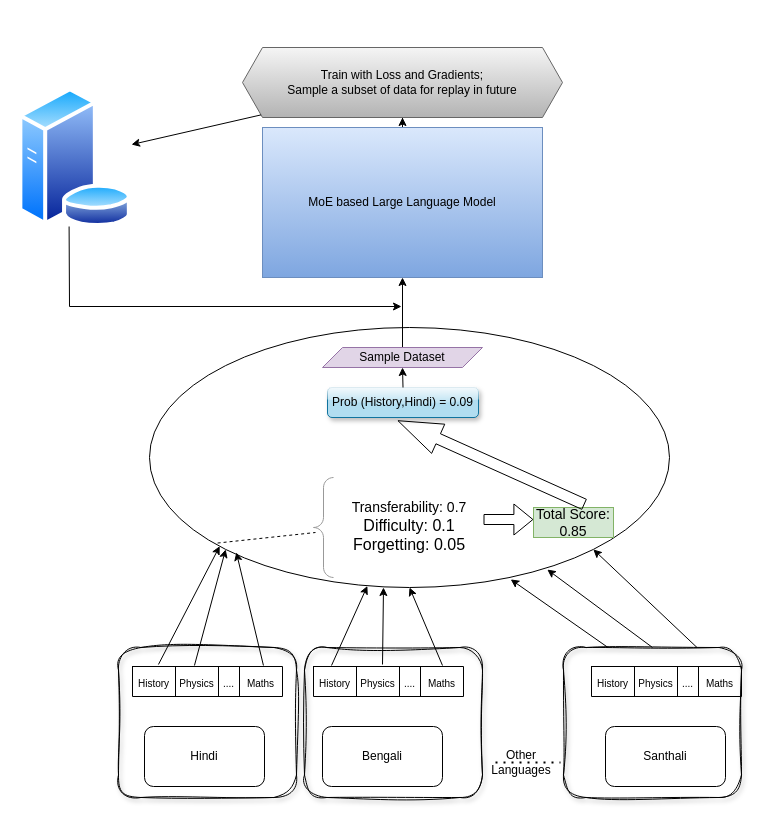
Above: continual_proposal.drawio in babangain/drawio (draw.io), before the change. Source tidied: cells renumbered, new cells numbered last; positions are measured from the earlier drawing's top-left corner, leaving out a move shared by most shapes. Both pictures are drawn from the tidied source at 100%, with x=0, y=0 at pixel (17, 47).
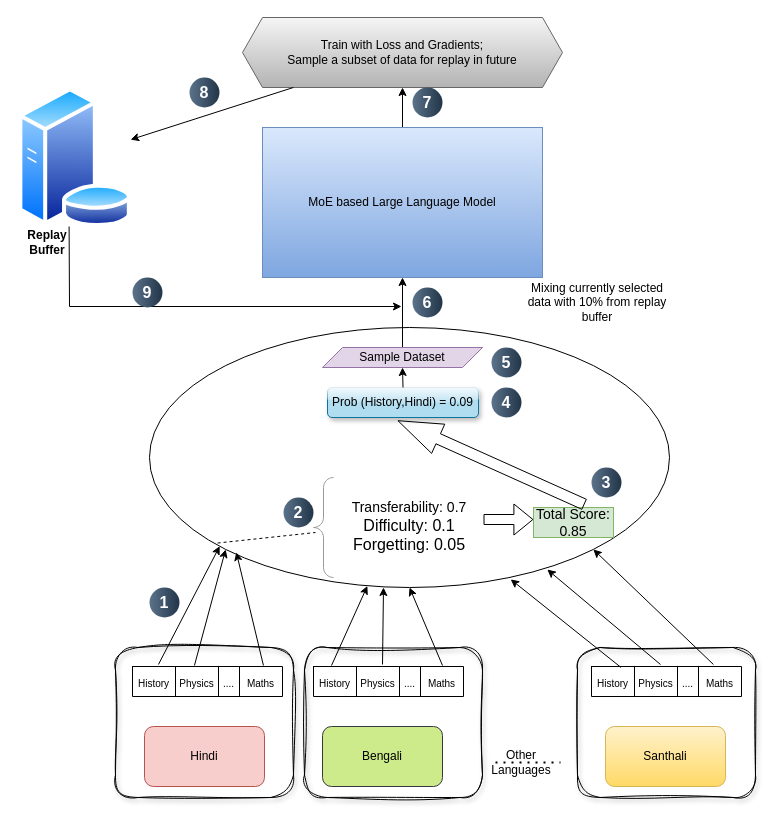
After the change.

The change refers to these unchanged cells:
```xml
<mxCell id="18" style="shape=tableRow;horizontal=0;startSize=0;swimlaneHead=0;swimlaneBody=0;strokeColor=inherit;top=0;left=0;bottom=0;right=0;fillColor=none;points=[[0,0.5],[1,0.5]];portConstraint=eastwest;fontSize=16;" parent="17" vertex="1">
  <mxGeometry width="150" height="30" as="geometry" />
</mxCell>
<mxCell id="25" value="&lt;div&gt;&lt;br&gt;&lt;/div&gt;&lt;div&gt;&lt;br&gt;&lt;/div&gt;&lt;div&gt;&lt;br&gt;&lt;/div&gt;&lt;div&gt;&lt;br&gt;&lt;/div&gt;&lt;div&gt;&lt;br&gt;&lt;/div&gt;&lt;div&gt;&lt;font style=&quot;font-size: 14px;&quot;&gt;&lt;br&gt;&lt;/font&gt;&lt;/div&gt;&lt;div&gt;&lt;font style=&quot;font-size: 14px;&quot;&gt;&lt;br&gt;&lt;/font&gt;&lt;/div&gt;&lt;div&gt;&lt;font style=&quot;font-size: 14px;&quot;&gt;&lt;br&gt;&lt;/font&gt;&lt;/div&gt;&lt;div&gt;&lt;font style=&quot;font-size: 14px;&quot;&gt;&amp;nbsp;&lt;/font&gt;&lt;/div&gt;&lt;div align=&quot;center&quot;&gt;&lt;font style=&quot;font-size: 14px;&quot;&gt;Transferability: 0.7&lt;/font&gt;&lt;/div&gt;&lt;div align=&quot;center&quot;&gt;&lt;font size=&quot;3&quot;&gt;Difficulty: 0.1&lt;/font&gt;&lt;/div&gt;&lt;div align=&quot;center&quot;&gt;&lt;font size=&quot;3&quot;&gt;Forgetting: 0.05&lt;/font&gt;&lt;/div&gt;" style="ellipse;whiteSpace=wrap;html=1;" parent="1" vertex="1">
  <mxGeometry x="132" y="280" width="520" height="260" as="geometry" />
</mxCell>
```

Change to the diagram source:
```diff
@@
-    <mxCell id="2" value="Hindi" style="rounded=1;whiteSpace=wrap;html=1;" parent="1" vertex="1">
+    <mxCell id="2" value="Hindi" style="rounded=1;whiteSpace=wrap;html=1;fillColor=#f8cecc;strokeColor=#b85450;" parent="1" vertex="1">
       <mxGeometry x="127" y="679" width="120" height="60" as="geometry" />
     </mxCell>
-    <mxCell id="3" value="Bengali" style="rounded=1;whiteSpace=wrap;html=1;" parent="1" vertex="1">
+    <mxCell id="3" value="Bengali" style="rounded=1;whiteSpace=wrap;html=1;fillColor=#cdeb8b;strokeColor=#36393d;" parent="1" vertex="1">
       <mxGeometry x="305" y="679" width="120" height="60" as="geometry" />
     </mxCell>
-    <mxCell id="4" value="Santhali" style="rounded=1;whiteSpace=wrap;html=1;" parent="1" vertex="1">
+    <mxCell id="4" value="Santhali" style="rounded=1;whiteSpace=wrap;html=1;fillColor=#fff2cc;gradientColor=#ffd966;strokeColor=#d6b656;" parent="1" vertex="1">
       <mxGeometry x="588" y="679" width="120" height="60" as="geometry" />
     </mxCell>
@@
-    <mxCell id="32" style="endArrow=classic;html=1;rounded=0;exitX=0.25;exitY=0;exitDx=0;exitDy=0;entryX=0.687;entryY=0.976;entryDx=0;entryDy=0;entryPerimeter=0;" parent="1" edge="1" source="52">
+    <mxCell id="32" style="endArrow=classic;html=1;rounded=0;exitX=0.197;exitY=0.033;exitDx=0;exitDy=0;entryX=0.687;entryY=0.976;entryDx=0;entryDy=0;entryPerimeter=0;exitPerimeter=0;" parent="1" edge="1" source="18">
       <mxGeometry relative="1" as="geometry">
         <mxPoint x="493.2" y="531.9" as="targetPoint" />
       </mxGeometry>
     </mxCell>
-    <mxCell id="33" style="endArrow=classic;html=1;rounded=0;exitX=0.5;exitY=0;exitDx=0;exitDy=0;entryX=0.765;entryY=0.931;entryDx=0;entryDy=0;entryPerimeter=0;" parent="1" edge="1" source="52" target="25">
+    <mxCell id="33" style="endArrow=classic;html=1;rounded=0;exitX=0.46;exitY=-0.067;exitDx=0;exitDy=0;entryX=0.765;entryY=0.931;entryDx=0;entryDy=0;entryPerimeter=0;exitPerimeter=0;" parent="1" edge="1" source="18" target="25">
       <mxGeometry relative="1" as="geometry" />
     </mxCell>
-    <mxCell id="34" style="endArrow=classic;html=1;rounded=0;exitX=0.75;exitY=0;exitDx=0;exitDy=0;entryX=1;entryY=1;entryDx=0;entryDy=0;" parent="1" edge="1" source="52" target="25">
+    <mxCell id="34" style="endArrow=classic;html=1;rounded=0;exitX=0.813;exitY=-0.067;exitDx=0;exitDy=0;entryX=1;entryY=1;entryDx=0;entryDy=0;exitPerimeter=0;" parent="1" edge="1" source="18" target="25">
       <mxGeometry relative="1" as="geometry" />
     </mxCell>
@@
     <mxCell id="46" value="&lt;div&gt;Train with Loss and Gradients;&lt;br&gt;Sample a subset of data for replay in future&lt;/div&gt;" style="shape=hexagon;perimeter=hexagonPerimeter2;whiteSpace=wrap;html=1;fixedSize=1;fillColor=#f5f5f5;gradientColor=#b3b3b3;strokeColor=#666666;" parent="1" vertex="1">
-      <mxGeometry x="225" width="320" height="70" as="geometry" />
+      <mxGeometry x="225" y="-30" width="320" height="70" as="geometry" />
     </mxCell>
@@
     <mxCell id="50" style="rounded=1;whiteSpace=wrap;html=1;fillColor=none;fillStyle=zigzag-line;sketch=1;curveFitting=1;jiggle=2;shadow=1;glass=1;" parent="1" vertex="1">
-      <mxGeometry x="101" y="600" width="178" height="150" as="geometry" />
+      <mxGeometry x="98" y="600" width="178" height="150" as="geometry" />
     </mxCell>
@@
-    <mxCell id="52" style="rounded=1;whiteSpace=wrap;html=1;fillColor=none;fillStyle=zigzag-line;sketch=1;curveFitting=1;jiggle=2;shadow=1;glass=1;" parent="1" vertex="1">
-      <mxGeometry x="546" y="600" width="178" height="150" as="geometry" />
-    </mxCell>
+    <mxCell id="53" value="1" style="ellipse;whiteSpace=wrap;html=1;rotation=0;gradientColor=#223548;strokeColor=none;gradientDirection=east;fillColor=#5b738b;rounded=0;fontFamily=Helvetica;fontSize=16;fontColor=#FFFFFF;spacingTop=4;spacingBottom=4;spacingLeft=4;spacingRight=4;fontStyle=1;" parent="1" vertex="1">
+      <mxGeometry x="132" y="540" width="30" height="30" as="geometry" />
+    </mxCell>
+    <mxCell id="54" value="2" style="ellipse;whiteSpace=wrap;html=1;rotation=0;gradientColor=#223548;strokeColor=none;gradientDirection=east;fillColor=#5b738b;rounded=0;fontFamily=Helvetica;fontSize=16;fontColor=#FFFFFF;spacingTop=4;spacingBottom=4;spacingLeft=4;spacingRight=4;fontStyle=1;" parent="1" vertex="1">
+      <mxGeometry x="266" y="450" width="30" height="30" as="geometry" />
+    </mxCell>
+    <mxCell id="55" value="3" style="ellipse;whiteSpace=wrap;html=1;rotation=0;gradientColor=#223548;strokeColor=none;gradientDirection=east;fillColor=#5b738b;rounded=0;fontFamily=Helvetica;fontSize=16;fontColor=#FFFFFF;spacingTop=4;spacingBottom=4;spacingLeft=4;spacingRight=4;fontStyle=1;" parent="1" vertex="1">
+      <mxGeometry x="574" y="420" width="30" height="30" as="geometry" />
+    </mxCell>
+    <mxCell id="56" value="4" style="ellipse;whiteSpace=wrap;html=1;rotation=0;gradientColor=#223548;strokeColor=none;gradientDirection=east;fillColor=#5b738b;rounded=0;fontFamily=Helvetica;fontSize=16;fontColor=#FFFFFF;spacingTop=4;spacingBottom=4;spacingLeft=4;spacingRight=4;fontStyle=1;" parent="1" vertex="1">
+      <mxGeometry x="474" y="340" width="30" height="30" as="geometry" />
+    </mxCell>
+    <mxCell id="57" value="5" style="ellipse;whiteSpace=wrap;html=1;rotation=0;gradientColor=#223548;strokeColor=none;gradientDirection=east;fillColor=#5b738b;rounded=0;fontFamily=Helvetica;fontSize=16;fontColor=#FFFFFF;spacingTop=4;spacingBottom=4;spacingLeft=4;spacingRight=4;fontStyle=1;" parent="1" vertex="1">
+      <mxGeometry x="474" y="300" width="30" height="30" as="geometry" />
+    </mxCell>
+    <mxCell id="58" value="6" style="ellipse;whiteSpace=wrap;html=1;rotation=0;gradientColor=#223548;strokeColor=none;gradientDirection=east;fillColor=#5b738b;rounded=0;fontFamily=Helvetica;fontSize=16;fontColor=#FFFFFF;spacingTop=4;spacingBottom=4;spacingLeft=4;spacingRight=4;fontStyle=1;" parent="1" vertex="1">
+      <mxGeometry x="395" y="240" width="30" height="30" as="geometry" />
+    </mxCell>
+    <mxCell id="59" value="Mixing currently selected data with 10% from replay buffer" style="text;html=1;align=center;verticalAlign=middle;whiteSpace=wrap;rounded=0;" parent="1" vertex="1">
+      <mxGeometry x="500" y="240" width="160" height="30" as="geometry" />
+    </mxCell>
+    <mxCell id="60" value="7" style="ellipse;whiteSpace=wrap;html=1;rotation=0;gradientColor=#223548;strokeColor=none;gradientDirection=east;fillColor=#5b738b;rounded=0;fontFamily=Helvetica;fontSize=16;fontColor=#FFFFFF;spacingTop=4;spacingBottom=4;spacingLeft=4;spacingRight=4;fontStyle=1;" parent="1" vertex="1">
+      <mxGeometry x="395" y="40" width="30" height="30" as="geometry" />
+    </mxCell>
+    <mxCell id="61" value="8" style="ellipse;whiteSpace=wrap;html=1;rotation=0;gradientColor=#223548;strokeColor=none;gradientDirection=east;fillColor=#5b738b;rounded=0;fontFamily=Helvetica;fontSize=16;fontColor=#FFFFFF;spacingTop=4;spacingBottom=4;spacingLeft=4;spacingRight=4;fontStyle=1;" parent="1" vertex="1">
+      <mxGeometry x="172" y="30" width="30" height="30" as="geometry" />
+    </mxCell>
+    <mxCell id="62" value="9" style="ellipse;whiteSpace=wrap;html=1;rotation=0;gradientColor=#223548;strokeColor=none;gradientDirection=east;fillColor=#5b738b;rounded=0;fontFamily=Helvetica;fontSize=16;fontColor=#FFFFFF;spacingTop=4;spacingBottom=4;spacingLeft=4;spacingRight=4;fontStyle=1;" parent="1" vertex="1">
+      <mxGeometry x="115" y="230" width="30" height="30" as="geometry" />
+    </mxCell>
+    <mxCell id="63" value="&lt;b&gt;Replay Buffer&lt;/b&gt;" style="text;html=1;align=center;verticalAlign=middle;whiteSpace=wrap;rounded=0;" parent="1" vertex="1">
+      <mxGeometry y="180" width="60" height="30" as="geometry" />
+    </mxCell>
+    <mxCell id="64" style="rounded=1;whiteSpace=wrap;html=1;fillColor=none;fillStyle=zigzag-line;sketch=1;curveFitting=1;jiggle=2;shadow=1;glass=1;" parent="1" vertex="1">
+      <mxGeometry x="560" y="600" width="178" height="150" as="geometry" />
+    </mxCell>
```
